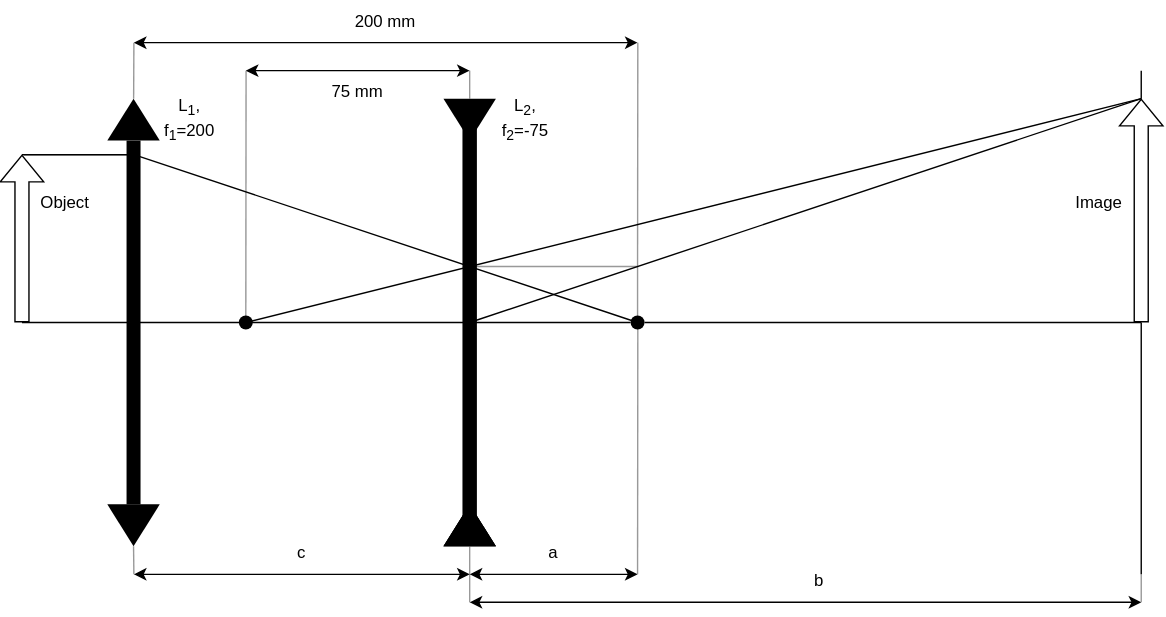
Before: documentation/images/lenses_diagram.svg, a diagram exported from draw.io (nbaehler/mask-designer). Source tidied: cells renumbered, new cells last; positions are measured from the earlier drawing's top-left corner, leaving out a move shared by most shapes. The source it was exported from:
```xml
<mxGraphModel>
  <root>
    <mxCell id="0" />
    <mxCell id="1" parent="0" />
    <mxCell id="2" style="endArrow=none;html=1;rounded=0;" parent="1" edge="1">
      <mxGeometry relative="1" as="geometry">
        <mxPoint y="230" as="sourcePoint" />
        <mxPoint x="435" y="230" as="targetPoint" />
      </mxGeometry>
    </mxCell>
    <mxCell id="3" style="shape=flexArrow;endArrow=classic;html=1;rounded=0;" parent="1" edge="1">
      <mxGeometry relative="1" as="geometry">
        <mxPoint y="230" as="sourcePoint" />
        <mxPoint y="110" as="targetPoint" />
      </mxGeometry>
    </mxCell>
    <mxCell id="4" style="triangle;whiteSpace=wrap;html=1;direction=north;strokeColor=none;fillColor=#000000;" parent="1" vertex="1">
      <mxGeometry x="301.2" y="360" width="37.5" height="30" as="geometry" />
    </mxCell>
    <mxCell id="5" style="endArrow=none;html=1;rounded=0;" parent="1" edge="1">
      <mxGeometry relative="1" as="geometry">
        <mxPoint y="110" as="sourcePoint" />
        <mxPoint x="80" y="110" as="targetPoint" />
      </mxGeometry>
    </mxCell>
    <mxCell id="6" style="endArrow=none;html=1;rounded=0;strokeColor=#999999;" parent="1" edge="1">
      <mxGeometry relative="1" as="geometry">
        <mxPoint x="320" y="190" as="sourcePoint" />
        <mxPoint x="440" y="190" as="targetPoint" />
      </mxGeometry>
    </mxCell>
    <mxCell id="7" style="endArrow=none;html=1;rounded=0;strokeColor=#999999;" parent="1" edge="1">
      <mxGeometry relative="1" as="geometry">
        <mxPoint x="440" y="230" as="sourcePoint" />
        <mxPoint x="440" y="190" as="targetPoint" />
      </mxGeometry>
    </mxCell>
    <mxCell id="8" style="rounded=0;whiteSpace=wrap;html=1;strokeColor=none;fillColor=#000000;" parent="1" vertex="1">
      <mxGeometry x="315" y="90" width="10" height="280" as="geometry" />
    </mxCell>
    <mxCell id="9" value="&lt;div&gt;L&lt;sub&gt;1&lt;/sub&gt;,&lt;/div&gt;&lt;div align=&quot;left&quot;&gt;f&lt;sub&gt;1&lt;/sub&gt;=200&lt;br&gt;&lt;/div&gt;" style="text;html=1;strokeColor=none;fillColor=none;align=center;verticalAlign=middle;whiteSpace=wrap;rounded=0;" parent="1" vertex="1">
      <mxGeometry x="90" y="70" width="60" height="30" as="geometry" />
    </mxCell>
    <mxCell id="10" value="&lt;div&gt;L&lt;sub&gt;2&lt;/sub&gt;,&lt;/div&gt;&lt;div align=&quot;left&quot;&gt;f&lt;sub&gt;2&lt;/sub&gt;=-75&lt;br&gt;&lt;/div&gt;" style="text;html=1;strokeColor=none;fillColor=none;align=center;verticalAlign=middle;whiteSpace=wrap;rounded=0;" parent="1" vertex="1">
      <mxGeometry x="330" y="70" width="60" height="30" as="geometry" />
    </mxCell>
    <mxCell id="11" value="200&amp;nbsp;mm" style="text;html=1;strokeColor=none;fillColor=none;align=center;verticalAlign=middle;whiteSpace=wrap;rounded=0;" parent="1" vertex="1">
      <mxGeometry x="230" width="60" height="30" as="geometry" />
    </mxCell>
    <mxCell id="12" value="75 mm" style="text;html=1;strokeColor=none;fillColor=none;align=center;verticalAlign=middle;whiteSpace=wrap;rounded=0;" parent="1" vertex="1">
      <mxGeometry x="210" y="50" width="60" height="30" as="geometry" />
    </mxCell>
    <mxCell id="13" style="endArrow=none;html=1;rounded=0;strokeColor=#999999;" parent="1" edge="1" target="26">
      <mxGeometry relative="1" as="geometry">
        <mxPoint x="80" y="30" as="sourcePoint" />
      </mxGeometry>
    </mxCell>
    <mxCell id="14" style="endArrow=none;html=1;rounded=0;strokeColor=#999999;" parent="1" edge="1">
      <mxGeometry relative="1" as="geometry">
        <mxPoint x="160.2" y="50" as="sourcePoint" />
        <mxPoint x="160" y="230" as="targetPoint" />
      </mxGeometry>
    </mxCell>
    <mxCell id="15" style="endArrow=none;html=1;rounded=0;strokeColor=#999999;" parent="1" edge="1">
      <mxGeometry relative="1" as="geometry">
        <mxPoint x="440.2" y="30" as="sourcePoint" />
        <mxPoint x="440" y="190" as="targetPoint" />
      </mxGeometry>
    </mxCell>
    <mxCell id="16" style="endArrow=none;html=1;rounded=0;strokeColor=#999999;" parent="1" edge="1">
      <mxGeometry relative="1" as="geometry">
        <mxPoint x="440.2" y="230" as="sourcePoint" />
        <mxPoint x="440" y="410" as="targetPoint" />
      </mxGeometry>
    </mxCell>
    <mxCell id="17" style="endArrow=none;html=1;rounded=0;strokeColor=#999999;" parent="1" edge="1">
      <mxGeometry relative="1" as="geometry">
        <mxPoint x="800" y="410" as="sourcePoint" />
        <mxPoint x="800" y="430" as="targetPoint" />
      </mxGeometry>
    </mxCell>
    <mxCell id="18" style="endArrow=none;html=1;rounded=0;strokeColor=#999999;exitX=1;exitY=0.5;exitDx=0;exitDy=0;" parent="1" edge="1" source="27">
      <mxGeometry relative="1" as="geometry">
        <mxPoint x="80" y="410" as="targetPoint" />
      </mxGeometry>
    </mxCell>
    <mxCell id="19" style="endArrow=none;html=1;rounded=0;strokeColor=#999999;exitX=0;exitY=0.5;exitDx=0;exitDy=0;" parent="1" edge="1" source="4">
      <mxGeometry relative="1" as="geometry">
        <mxPoint x="320" y="430" as="targetPoint" />
      </mxGeometry>
    </mxCell>
    <mxCell id="20" style="endArrow=none;html=1;rounded=0;strokeColor=#999999;entryX=0;entryY=0.5;entryDx=0;entryDy=0;" parent="1" edge="1" target="29">
      <mxGeometry relative="1" as="geometry">
        <mxPoint x="320" y="50" as="sourcePoint" />
      </mxGeometry>
    </mxCell>
    <mxCell id="21" style="endArrow=none;html=1;rounded=0;" parent="1" edge="1">
      <mxGeometry relative="1" as="geometry">
        <mxPoint x="1" y="110" as="sourcePoint" />
        <mxPoint x="81" y="110" as="targetPoint" />
      </mxGeometry>
    </mxCell>
    <mxCell id="22" style="endArrow=none;html=1;rounded=0;" parent="1" edge="1">
      <mxGeometry relative="1" as="geometry">
        <mxPoint x="80" y="110" as="sourcePoint" />
        <mxPoint x="440" y="230" as="targetPoint" />
      </mxGeometry>
    </mxCell>
    <mxCell id="23" style="endArrow=none;html=1;rounded=0;" parent="1" edge="1">
      <mxGeometry relative="1" as="geometry">
        <mxPoint x="160" y="230" as="sourcePoint" />
        <mxPoint x="800" y="70" as="targetPoint" />
      </mxGeometry>
    </mxCell>
    <mxCell id="24" style="endArrow=none;html=1;rounded=0;" parent="1" edge="1">
      <mxGeometry relative="1" as="geometry">
        <mxPoint x="320" y="230" as="sourcePoint" />
        <mxPoint x="800" y="70" as="targetPoint" />
      </mxGeometry>
    </mxCell>
    <mxCell id="25" style="endArrow=none;html=1;rounded=0;" parent="1" edge="1">
      <mxGeometry relative="1" as="geometry">
        <mxPoint x="1" y="110" as="sourcePoint" />
        <mxPoint x="81" y="110" as="targetPoint" />
      </mxGeometry>
    </mxCell>
    <mxCell id="26" style="triangle;whiteSpace=wrap;html=1;direction=north;fillColor=#000000;strokeColor=none;" parent="1" vertex="1">
      <mxGeometry x="61" y="70" width="37.5" height="30" as="geometry" />
    </mxCell>
    <mxCell id="27" style="triangle;whiteSpace=wrap;html=1;direction=south;fillColor=#000000;strokeColor=none;" parent="1" vertex="1">
      <mxGeometry x="61" y="360" width="37.5" height="30" as="geometry" />
    </mxCell>
    <mxCell id="28" style="triangle;whiteSpace=wrap;html=1;direction=north;strokeColor=none;fillColor=#000000;" parent="1" vertex="1">
      <mxGeometry x="301.2" y="360" width="37.5" height="30" as="geometry" />
    </mxCell>
    <mxCell id="29" style="triangle;whiteSpace=wrap;html=1;direction=south;strokeColor=none;fillColor=#000000;" parent="1" vertex="1">
      <mxGeometry x="301.2" y="70" width="37.5" height="30" as="geometry" />
    </mxCell>
    <mxCell id="30" style="triangle;whiteSpace=wrap;html=1;direction=north;strokeColor=none;fillColor=#000000;" parent="1" vertex="1">
      <mxGeometry x="301.2" y="360" width="37.5" height="30" as="geometry" />
    </mxCell>
    <mxCell id="31" style="rounded=0;whiteSpace=wrap;html=1;strokeColor=none;fillColor=#000000;" parent="1" vertex="1">
      <mxGeometry x="315" y="90" width="10" height="280" as="geometry" />
    </mxCell>
    <mxCell id="32" style="endArrow=classic;startArrow=classic;html=1;rounded=0;" parent="1" edge="1">
      <mxGeometry relative="1" as="geometry">
        <mxPoint x="80" y="30" as="sourcePoint" />
        <mxPoint x="440" y="30" as="targetPoint" />
      </mxGeometry>
    </mxCell>
    <mxCell id="33" style="endArrow=classic;startArrow=classic;html=1;rounded=0;" parent="1" edge="1">
      <mxGeometry relative="1" as="geometry">
        <mxPoint x="160" y="50" as="sourcePoint" />
        <mxPoint x="320" y="50" as="targetPoint" />
      </mxGeometry>
    </mxCell>
    <mxCell id="34" style="endArrow=classic;startArrow=classic;html=1;rounded=0;" parent="1" edge="1">
      <mxGeometry relative="1" as="geometry">
        <mxPoint x="80" y="410" as="sourcePoint" />
        <mxPoint x="320" y="410" as="targetPoint" />
      </mxGeometry>
    </mxCell>
    <mxCell id="35" style="endArrow=classic;startArrow=classic;html=1;rounded=0;" parent="1" edge="1">
      <mxGeometry relative="1" as="geometry">
        <mxPoint x="320" y="410" as="sourcePoint" />
        <mxPoint x="440" y="410" as="targetPoint" />
      </mxGeometry>
    </mxCell>
    <mxCell id="36" style="endArrow=classic;startArrow=classic;html=1;rounded=0;" parent="1" edge="1">
      <mxGeometry relative="1" as="geometry">
        <mxPoint x="320" y="430" as="sourcePoint" />
        <mxPoint x="800" y="430" as="targetPoint" />
      </mxGeometry>
    </mxCell>
    <mxCell id="37" value="a" style="text;html=1;strokeColor=none;fillColor=none;align=center;verticalAlign=middle;whiteSpace=wrap;rounded=0;" parent="1" vertex="1">
      <mxGeometry x="350" y="380" width="60" height="30" as="geometry" />
    </mxCell>
    <mxCell id="38" value="b" style="text;html=1;strokeColor=none;fillColor=none;align=center;verticalAlign=middle;whiteSpace=wrap;rounded=0;" parent="1" vertex="1">
      <mxGeometry x="540" y="400" width="60" height="30" as="geometry" />
    </mxCell>
    <mxCell id="39" value="c" style="text;html=1;strokeColor=none;fillColor=none;align=center;verticalAlign=middle;whiteSpace=wrap;rounded=0;" parent="1" vertex="1">
      <mxGeometry x="170" y="380" width="60" height="30" as="geometry" />
    </mxCell>
    <mxCell id="40" style="endArrow=none;html=1;rounded=0;startArrow=none;" parent="1" edge="1">
      <mxGeometry relative="1" as="geometry">
        <mxPoint x="445" y="230" as="sourcePoint" />
        <mxPoint x="800" y="230" as="targetPoint" />
      </mxGeometry>
    </mxCell>
    <mxCell id="41" style="endArrow=none;html=1;rounded=0;" parent="1" edge="1">
      <mxGeometry relative="1" as="geometry">
        <mxPoint x="800" y="410" as="sourcePoint" />
        <mxPoint x="800" y="230" as="targetPoint" />
      </mxGeometry>
    </mxCell>
    <mxCell id="42" value="&lt;div&gt;Image&lt;/div&gt;" style="text;html=1;strokeColor=none;fillColor=none;align=center;verticalAlign=middle;whiteSpace=wrap;rounded=0;" parent="1" vertex="1">
      <mxGeometry x="740" y="130" width="60" height="30" as="geometry" />
    </mxCell>
    <mxCell id="43" style="shape=flexArrow;endArrow=classic;html=1;rounded=0;fillColor=none;" parent="1" edge="1">
      <mxGeometry relative="1" as="geometry">
        <mxPoint x="800" y="230" as="sourcePoint" />
        <mxPoint x="800" y="70" as="targetPoint" />
      </mxGeometry>
    </mxCell>
    <mxCell id="44" style="endArrow=none;html=1;rounded=0;" parent="1" edge="1">
      <mxGeometry relative="1" as="geometry">
        <mxPoint x="800" y="70" as="sourcePoint" />
        <mxPoint x="800" y="50" as="targetPoint" />
      </mxGeometry>
    </mxCell>
    <mxCell id="45" style="ellipse;whiteSpace=wrap;html=1;fillColor=#000000;strokeColor=none;" parent="1" vertex="1">
      <mxGeometry x="155" y="225" width="10" height="10" as="geometry" />
    </mxCell>
    <mxCell id="46" style="ellipse;whiteSpace=wrap;html=1;fillColor=#000000;strokeColor=none;" parent="1" vertex="1">
      <mxGeometry x="435" y="225" width="10" height="10" as="geometry" />
    </mxCell>
    <mxCell id="47" style="rounded=0;whiteSpace=wrap;html=1;fillColor=#000000;strokeColor=none;" parent="1" vertex="1">
      <mxGeometry x="74.8" y="100" width="10" height="260" as="geometry" />
    </mxCell>
    <mxCell id="48" value="&lt;div&gt;Object&lt;/div&gt;" style="text;html=1;strokeColor=none;fillColor=none;align=center;verticalAlign=middle;whiteSpace=wrap;rounded=0;" parent="1" vertex="1">
      <mxGeometry x="1" y="130" width="60" height="30" as="geometry" />
    </mxCell>
  </root>
</mxGraphModel>
```
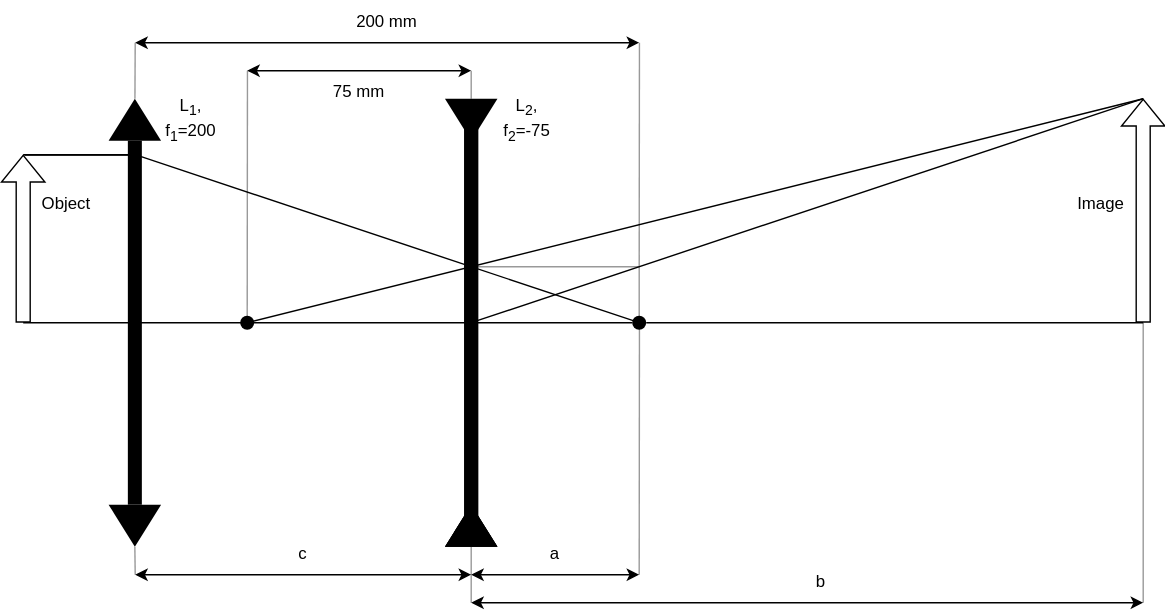
The same diagram one commit later.

The edit, as a diff of the source:
```diff
@@ -75,7 +75,7 @@
     </mxCell>
     <mxCell id="17" style="endArrow=none;html=1;rounded=0;strokeColor=#999999;" parent="1" edge="1">
       <mxGeometry relative="1" as="geometry">
-        <mxPoint x="800" y="410" as="sourcePoint" />
+        <mxPoint x="800" y="230" as="sourcePoint" />
         <mxPoint x="800" y="430" as="targetPoint" />
       </mxGeometry>
     </mxCell>
@@ -187,12 +187,6 @@
         <mxPoint x="800" y="230" as="targetPoint" />
       </mxGeometry>
     </mxCell>
-    <mxCell id="41" style="endArrow=none;html=1;rounded=0;" parent="1" edge="1">
-      <mxGeometry relative="1" as="geometry">
-        <mxPoint x="800" y="410" as="sourcePoint" />
-        <mxPoint x="800" y="230" as="targetPoint" />
-      </mxGeometry>
-    </mxCell>
     <mxCell id="42" value="&lt;div&gt;Image&lt;/div&gt;" style="text;html=1;strokeColor=none;fillColor=none;align=center;verticalAlign=middle;whiteSpace=wrap;rounded=0;" parent="1" vertex="1">
       <mxGeometry x="740" y="130" width="60" height="30" as="geometry" />
     </mxCell>
@@ -202,12 +196,6 @@
         <mxPoint x="800" y="70" as="targetPoint" />
       </mxGeometry>
     </mxCell>
-    <mxCell id="44" style="endArrow=none;html=1;rounded=0;" parent="1" edge="1">
-      <mxGeometry relative="1" as="geometry">
-        <mxPoint x="800" y="70" as="sourcePoint" />
-        <mxPoint x="800" y="50" as="targetPoint" />
-      </mxGeometry>
-    </mxCell>
     <mxCell id="45" style="ellipse;whiteSpace=wrap;html=1;fillColor=#000000;strokeColor=none;" parent="1" vertex="1">
       <mxGeometry x="155" y="225" width="10" height="10" as="geometry" />
     </mxCell>
```
